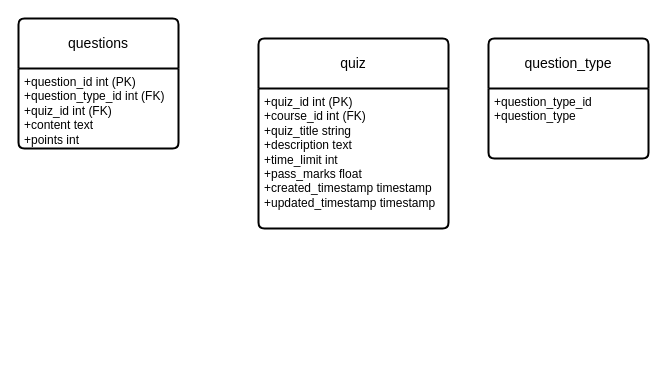
This is illusion hackathon db model schema 2.drawio from The-Illusion-services/illusion-BE, a draw.io file, before an edit. Source tidied: cells renumbered, new cells numbered last; positions are measured from the earlier drawing's top-left corner, leaving out a move shared by most shapes. Both pictures are drawn from the tidied source at 100%, with x=0, y=0 at pixel (18, 18).
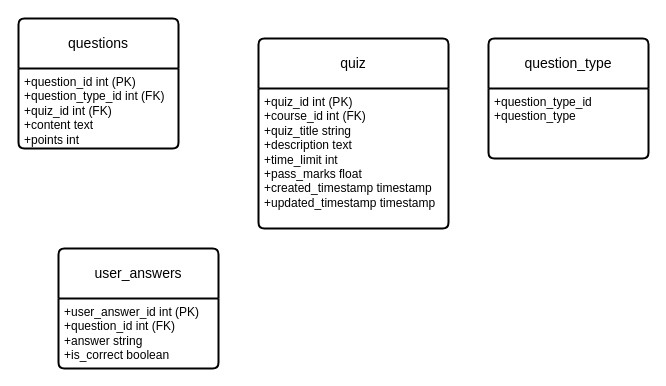
Above is the later version.

Diff of the diagram source:
```diff
@@
 <mxGraphModel>
   <root>
     <mxCell id="0" />
     <mxCell id="1" parent="0" />
     <mxCell id="2" value="quiz" style="swimlane;horizontal=1;startSize=50;rounded=1;fontSize=14;fontStyle=0;strokeWidth=2;shadow=0;dashed=0;align=center;arcSize=4;whiteSpace=wrap;html=1;" parent="1" vertex="1">
       <mxGeometry x="240" y="20" width="190" height="190" as="geometry" />
     </mxCell>
     <mxCell id="3" value="+quiz_id int (PK)&lt;br&gt;+course_id int (FK)&lt;br&gt;&lt;div&gt;+quiz_title string&lt;br&gt;&lt;/div&gt;&lt;div&gt;+description text&lt;br&gt;&lt;/div&gt;&lt;div&gt;+time_limit int&lt;br&gt;&lt;/div&gt;&lt;div&gt;+pass_marks float&lt;br&gt;&lt;/div&gt;&lt;div&gt;+created_timestamp timestamp &lt;br&gt;&lt;/div&gt;&lt;div&gt;+updated_timestamp timestamp&lt;br&gt;&lt;/div&gt;" style="align=left;strokeColor=none;fillColor=none;spacingLeft=4;fontSize=12;verticalAlign=top;html=1;" parent="2" vertex="1">
       <mxGeometry y="50" width="190" height="140" as="geometry" />
     </mxCell>
     <mxCell id="4" value="question_type" style="swimlane;horizontal=1;startSize=50;rounded=1;fontSize=14;fontStyle=0;strokeWidth=2;shadow=0;dashed=0;align=center;arcSize=4;whiteSpace=wrap;html=1;" parent="1" vertex="1">
       <mxGeometry x="470" y="20" width="160" height="120" as="geometry" />
     </mxCell>
     <mxCell id="5" value="+question_type_id&lt;br&gt;+question_type" style="align=left;strokeColor=none;fillColor=none;spacingLeft=4;fontSize=12;verticalAlign=top;html=1;" parent="4" vertex="1">
       <mxGeometry y="50" width="160" height="70" as="geometry" />
     </mxCell>
     <mxCell id="6" value="questions" style="swimlane;horizontal=1;startSize=50;rounded=1;fontSize=14;fontStyle=0;strokeWidth=2;shadow=0;dashed=0;align=center;arcSize=4;whiteSpace=wrap;html=1;" parent="1" vertex="1">
       <mxGeometry width="160" height="130" as="geometry" />
     </mxCell>
     <mxCell id="7" value="+question_id int (PK)&lt;br&gt;+question_type_id int (FK)&lt;br&gt;&lt;div&gt;+quiz_id int (FK)&lt;/div&gt;&lt;div&gt;+content text&lt;/div&gt;&lt;div&gt;+points int &lt;br&gt;&lt;/div&gt;&lt;div&gt;&lt;br&gt;&lt;/div&gt;" style="align=left;strokeColor=none;fillColor=none;spacingLeft=4;fontSize=12;verticalAlign=top;html=1;" parent="6" vertex="1">
       <mxGeometry y="50" width="160" height="80" as="geometry" />
     </mxCell>
+    <mxCell id="8" value="user_answers" style="swimlane;horizontal=1;startSize=50;rounded=1;fontSize=14;fontStyle=0;strokeWidth=2;shadow=0;dashed=0;align=center;arcSize=4;whiteSpace=wrap;html=1;" parent="1" vertex="1">
+      <mxGeometry x="40" y="230" width="160" height="120" as="geometry" />
+    </mxCell>
+    <mxCell id="9" value="+user_answer_id int (PK)&lt;br&gt;+question_id int (FK)&lt;br&gt;&lt;div&gt;+answer string&lt;/div&gt;&lt;div&gt;+is_correct boolean&lt;br&gt;&lt;/div&gt;" style="align=left;strokeColor=none;fillColor=none;spacingLeft=4;fontSize=12;verticalAlign=top;html=1;" parent="8" vertex="1">
+      <mxGeometry y="50" width="160" height="70" as="geometry" />
+    </mxCell>
   </root>
 </mxGraphModel>
```
